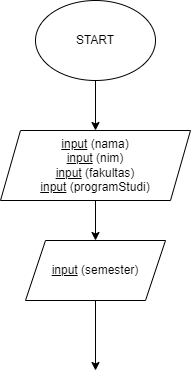
The draw.io diagram Flowchart/main.drawio.png in Julian-Caleb/tubes-pengkom, before a commit. Source tidied: cells renumbered, new cells last; positions are measured from the earlier drawing's top-left corner, leaving out a move shared by most shapes.
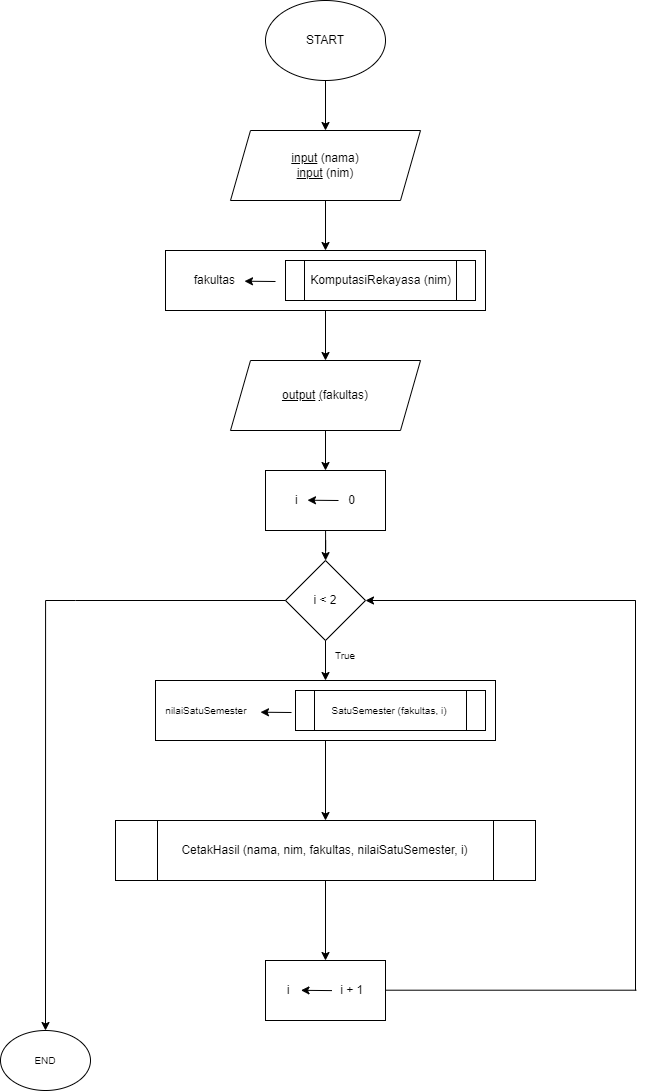
The same diagram one commit later.

Diff of the diagram source:
```diff
@@ -8,19 +8,125 @@
     <mxCell id="3" value="START" style="ellipse;whiteSpace=wrap;html=1;" parent="1" vertex="1">
       <mxGeometry x="35" width="120" height="80" as="geometry" />
     </mxCell>
-    <mxCell id="4" style="edgeStyle=orthogonalEdgeStyle;rounded=0;jettySize=auto;html=1;" parent="1" edge="1" source="5" target="7">
+    <mxCell id="4" style="edgeStyle=orthogonalEdgeStyle;rounded=0;jettySize=auto;html=1;entryX=0.5;entryY=0;entryDx=0;entryDy=0;" parent="1" edge="1" source="5" target="9">
       <mxGeometry relative="1" as="geometry" />
     </mxCell>
-    <mxCell id="5" value="&lt;u&gt;input&lt;/u&gt; (nama)&lt;br&gt;&lt;u&gt;input&lt;/u&gt; (nim)&lt;br&gt;&lt;u&gt;input&lt;/u&gt; (fakultas)&lt;br&gt;&lt;u&gt;input&lt;/u&gt; (programStudi)" style="shape=parallelogram;perimeter=parallelogramPerimeter;whiteSpace=wrap;html=1;fixedSize=1;align=center;" parent="1" vertex="1">
+    <mxCell id="5" value="&lt;u&gt;input&lt;/u&gt; (nama)&lt;br&gt;&lt;u&gt;input&lt;/u&gt; (nim)" style="shape=parallelogram;perimeter=parallelogramPerimeter;whiteSpace=wrap;html=1;fixedSize=1;align=center;" parent="1" vertex="1">
       <mxGeometry y="130" width="190" height="70" as="geometry" />
     </mxCell>
-    <mxCell id="6" style="edgeStyle=orthogonalEdgeStyle;rounded=0;jettySize=auto;html=1;" parent="1" edge="1" source="7">
-      <mxGeometry relative="1" as="geometry">
-        <mxPoint x="95" y="370" as="targetPoint" />
-      </mxGeometry>
-    </mxCell>
-    <mxCell id="7" value="&lt;u&gt;input&lt;/u&gt; (semester)" style="shape=parallelogram;perimeter=parallelogramPerimeter;whiteSpace=wrap;html=1;fixedSize=1;" parent="1" vertex="1">
-      <mxGeometry x="25" y="240" width="140" height="60" as="geometry" />
-    </mxCell>
+    <mxCell id="8" style="edgeStyle=orthogonalEdgeStyle;rounded=0;jettySize=auto;html=1;fontSize=12;" parent="1" edge="1" source="9" target="13">
+      <mxGeometry relative="1" as="geometry" />
+    </mxCell>
+    <mxCell id="9" value="&lt;span style=&quot;white-space: pre;&quot;&gt;&#9;&lt;/span&gt;fakultas&amp;nbsp;" style="rounded=0;whiteSpace=wrap;html=1;align=left;" parent="1" vertex="1">
+      <mxGeometry x="-65" y="250" width="320" height="60" as="geometry" />
+    </mxCell>
+    <mxCell id="10" style="endArrow=classic;html=1;rounded=0;" parent="1" edge="1">
+      <mxGeometry relative="1" as="geometry">
+        <mxPoint x="45" y="281" as="sourcePoint" />
+        <mxPoint x="14" y="280.7" as="targetPoint" />
+      </mxGeometry>
+    </mxCell>
+    <mxCell id="11" value="&lt;font style=&quot;font-size: 12px;&quot;&gt;&amp;nbsp;KomputasiRekayasa (nim)&lt;/font&gt;" style="shape=process;whiteSpace=wrap;html=1;backgroundOutline=1;" parent="1" vertex="1">
+      <mxGeometry x="55" y="260" width="190" height="40" as="geometry" />
+    </mxCell>
+    <mxCell id="12" style="edgeStyle=orthogonalEdgeStyle;rounded=0;jettySize=auto;html=1;fontSize=12;" parent="1" edge="1" source="13" target="15">
+      <mxGeometry relative="1" as="geometry" />
+    </mxCell>
+    <mxCell id="13" value="&lt;u&gt;output&lt;/u&gt; &lt;u&gt;(&lt;/u&gt;fakultas)" style="shape=parallelogram;perimeter=parallelogramPerimeter;whiteSpace=wrap;html=1;fixedSize=1;align=center;" parent="1" vertex="1">
+      <mxGeometry y="360" width="190" height="70" as="geometry" />
+    </mxCell>
+    <mxCell id="14" style="edgeStyle=orthogonalEdgeStyle;rounded=0;jettySize=auto;html=1;fontSize=12;" parent="1" edge="1" source="15" target="17">
+      <mxGeometry relative="1" as="geometry" />
+    </mxCell>
+    <mxCell id="15" value="i &lt;span style=&quot;white-space: pre;&quot;&gt;&#9;&lt;/span&gt;&lt;span style=&quot;white-space: pre;&quot;&gt;&#9;&lt;/span&gt;0" style="whiteSpace=wrap;html=1;" parent="1" vertex="1">
+      <mxGeometry x="35" y="470" width="120" height="60" as="geometry" />
+    </mxCell>
+    <mxCell id="16" style="endArrow=classic;html=1;rounded=0;" parent="1" edge="1">
+      <mxGeometry relative="1" as="geometry">
+        <mxPoint x="108" y="500" as="sourcePoint" />
+        <mxPoint x="77" y="499.7" as="targetPoint" />
+      </mxGeometry>
+    </mxCell>
+    <mxCell id="17" value="i &amp;lt; 2" style="rhombus;whiteSpace=wrap;html=1;" parent="1" vertex="1">
+      <mxGeometry x="55" y="560" width="80" height="80" as="geometry" />
+    </mxCell>
+    <mxCell id="18" style="edgeStyle=orthogonalEdgeStyle;rounded=0;jettySize=auto;html=1;fontSize=10;" parent="1" edge="1" source="19" target="24">
+      <mxGeometry relative="1" as="geometry" />
+    </mxCell>
+    <mxCell id="19" value="&lt;font style=&quot;font-size: 10px;&quot;&gt;&amp;nbsp; &amp;nbsp;nilaiSatuSemester&lt;/font&gt;" style="rounded=0;whiteSpace=wrap;html=1;align=left;" parent="1" vertex="1">
+      <mxGeometry x="-75" y="680" width="340" height="60" as="geometry" />
+    </mxCell>
+    <mxCell id="20" value="&lt;font style=&quot;font-size: 10px;&quot;&gt;SatuSemester (fakultas, i)&lt;/font&gt;" style="shape=process;whiteSpace=wrap;html=1;backgroundOutline=1;" parent="1" vertex="1">
+      <mxGeometry x="65" y="690" width="190" height="40" as="geometry" />
+    </mxCell>
+    <mxCell id="21" style="endArrow=classic;html=1;rounded=0;" parent="1" edge="1">
+      <mxGeometry relative="1" as="geometry">
+        <mxPoint x="61" y="712" as="sourcePoint" />
+        <mxPoint x="30" y="711.7" as="targetPoint" />
+      </mxGeometry>
+    </mxCell>
+    <mxCell id="22" style="edgeStyle=orthogonalEdgeStyle;rounded=0;jettySize=auto;html=1;fontSize=12;exitX=0.5;exitY=1;exitDx=0;exitDy=0;" parent="1" edge="1" source="17">
+      <mxGeometry relative="1" as="geometry">
+        <mxPoint x="95" y="680" as="targetPoint" />
+      </mxGeometry>
+    </mxCell>
+    <mxCell id="23" style="edgeStyle=orthogonalEdgeStyle;rounded=0;jettySize=auto;html=1;fontSize=10;" parent="1" edge="1" source="24">
+      <mxGeometry relative="1" as="geometry">
+        <mxPoint x="95" y="960" as="targetPoint" />
+      </mxGeometry>
+    </mxCell>
+    <mxCell id="24" value="CetakHasil (nama, nim, fakultas, nilaiSatuSemester, i)" style="shape=process;whiteSpace=wrap;html=1;backgroundOutline=1;align=center;rounded=0;" parent="1" vertex="1">
+      <mxGeometry x="-115" y="820" width="420" height="60" as="geometry" />
+    </mxCell>
+    <mxCell id="25" value="i &lt;span style=&quot;white-space: pre;&quot;&gt;&#9;&lt;/span&gt;&lt;span style=&quot;white-space: pre;&quot;&gt;&#9;&lt;/span&gt;i + 1" style="whiteSpace=wrap;html=1;" parent="1" vertex="1">
+      <mxGeometry x="35" y="960" width="120" height="60" as="geometry" />
+    </mxCell>
+    <mxCell id="26" style="endArrow=classic;html=1;rounded=0;" parent="1" edge="1">
+      <mxGeometry relative="1" as="geometry">
+        <mxPoint x="101.5" y="990.1" as="sourcePoint" />
+        <mxPoint x="70.5" y="989.8" as="targetPoint" />
+      </mxGeometry>
+    </mxCell>
+    <mxCell id="27" style="endArrow=none;html=1;rounded=0;fontSize=10;" parent="1" edge="1">
+      <mxGeometry relative="1" as="geometry">
+        <mxPoint x="155" y="989.7" as="sourcePoint" />
+        <mxPoint x="406" y="989.7" as="targetPoint" />
+      </mxGeometry>
+    </mxCell>
+    <mxCell id="28" value="True" style="text;html=1;strokeColor=none;fillColor=none;align=center;verticalAlign=middle;whiteSpace=wrap;rounded=0;fontSize=10;" parent="1" vertex="1">
+      <mxGeometry x="85" y="640" width="60" height="30" as="geometry" />
+    </mxCell>
+    <mxCell id="29" style="group;" parent="1" vertex="1">
+      <mxGeometry x="405" y="600" height="390" as="geometry" />
+    </mxCell>
+    <mxCell id="30" style="endArrow=none;html=1;rounded=0;fontSize=10;" parent="29" edge="1">
+      <mxGeometry relative="1" as="geometry">
+        <mxPoint y="390" as="sourcePoint" />
+        <mxPoint as="targetPoint" />
+      </mxGeometry>
+    </mxCell>
+    <mxCell id="31" style="endArrow=classic;html=1;rounded=0;" parent="29" edge="1" target="17">
+      <mxGeometry relative="1" as="geometry">
+        <mxPoint y="5" as="sourcePoint" />
+        <Array as="points">
+          <mxPoint />
+        </Array>
+      </mxGeometry>
+    </mxCell>
+    <mxCell id="32" style="endArrow=none;html=1;rounded=0;fontSize=10;" parent="1" edge="1">
+      <mxGeometry relative="1" as="geometry">
+        <mxPoint x="-155" y="600" as="sourcePoint" />
+        <mxPoint x="55" y="600" as="targetPoint" />
+      </mxGeometry>
+    </mxCell>
+    <mxCell id="33" style="edgeStyle=orthogonalEdgeStyle;rounded=0;orthogonalLoop=1;jettySize=auto;html=1;fontSize=10;" parent="1" edge="1">
+      <mxGeometry relative="1" as="geometry">
+        <mxPoint x="-155" y="600" as="sourcePoint" />
+        <mxPoint x="-185" y="1030" as="targetPoint" />
+      </mxGeometry>
+    </mxCell>
+    <mxCell id="34" value="END" style="ellipse;whiteSpace=wrap;html=1;fontSize=10;" parent="1" vertex="1">
+      <mxGeometry x="-230" y="1030" width="90" height="60" as="geometry" />
+    </mxCell>
   </root>
 </mxGraphModel>
```
